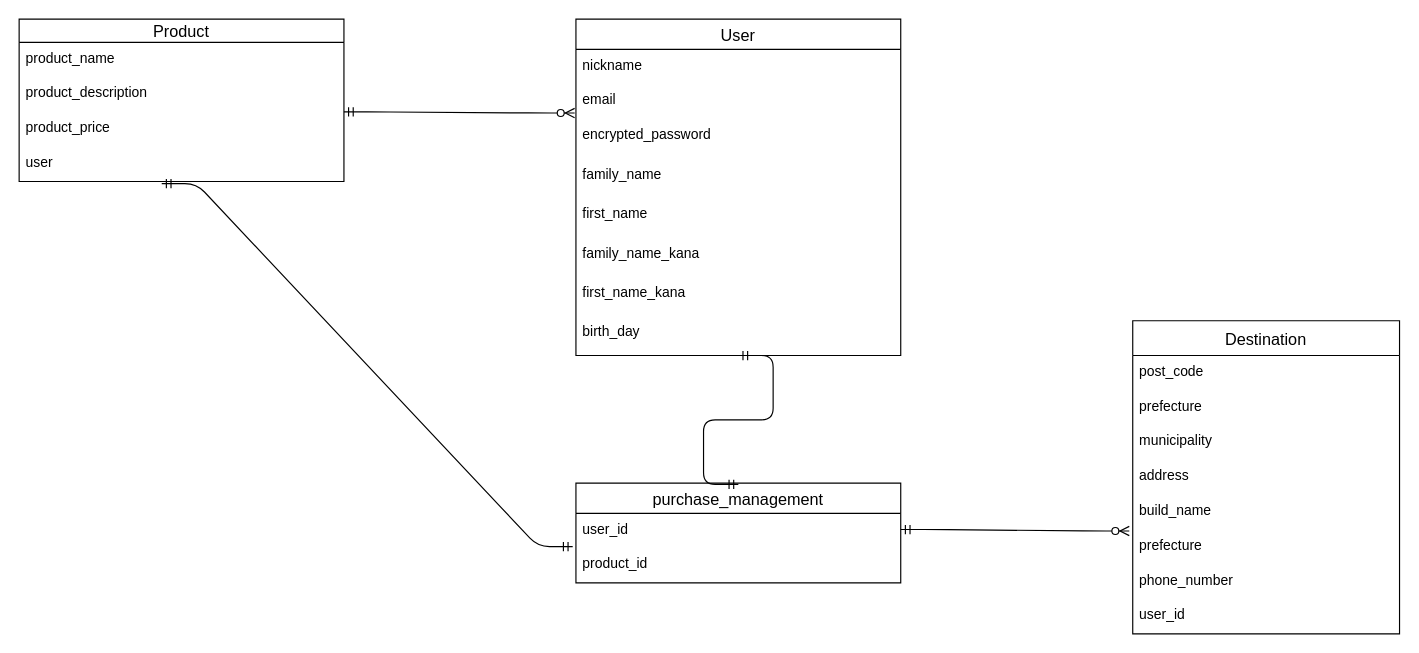
Before: ER.dio in sho20210126/furima-32851, a draw.io diagram. Source tidied: cells renumbered, new cells numbered last; positions are measured from the earlier drawing's top-left corner, leaving out a move shared by most shapes. Both pictures are drawn from the tidied source at 116%, with x=0, y=0 at pixel (19, 19).
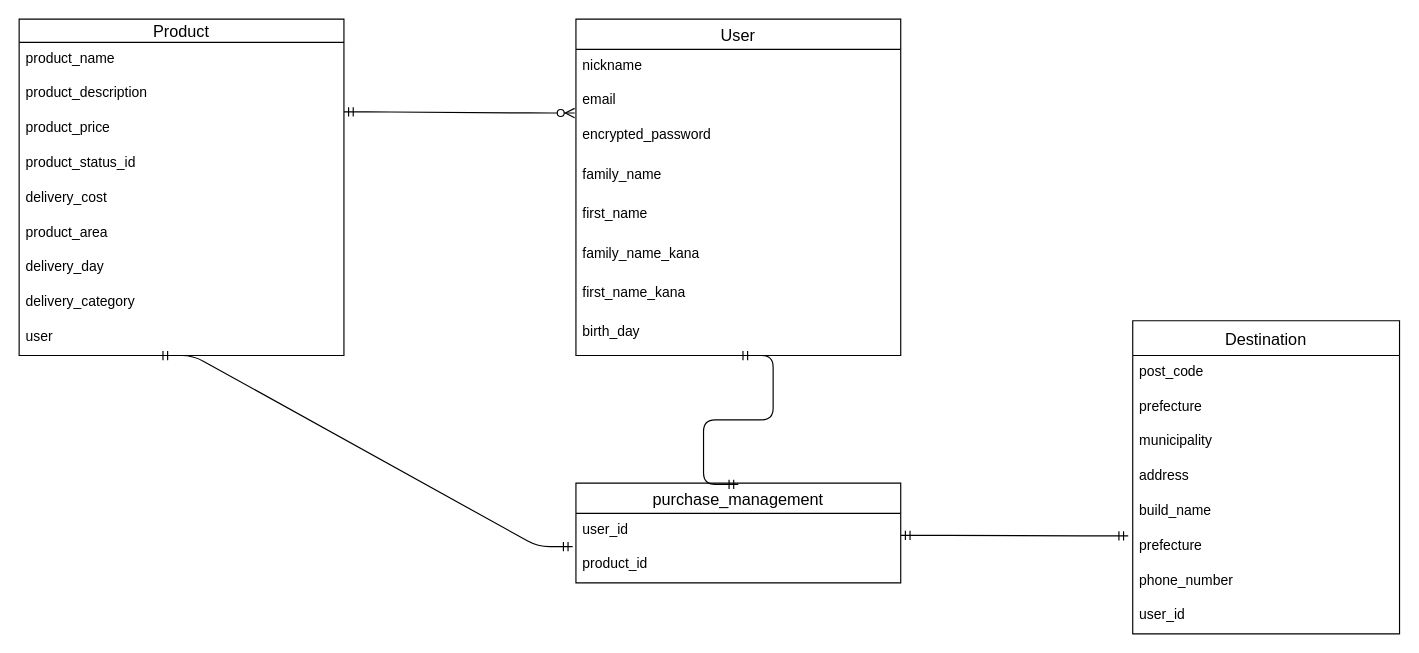
Above is the later version.

Unchanged cells that the change refers to:
```xml
<mxCell id="17" value="prefecture" style="text;strokeColor=none;fillColor=none;spacingLeft=4;spacingRight=4;overflow=hidden;points=[[0,0.5],[1,0.5]];portConstraint=eastwest;fontSize=12;" parent="11" vertex="1">
  <mxGeometry y="180" width="230" height="30" as="geometry" />
</mxCell>
<mxCell id="28" value="product_id" style="text;strokeColor=none;fillColor=none;spacingLeft=4;spacingRight=4;overflow=hidden;points=[[0,0.5],[1,0.5]];portConstraint=eastwest;fontSize=12;" parent="26" vertex="1">
  <mxGeometry y="56" width="280" height="30" as="geometry" />
</mxCell>
```

Diff of the diagram source:
```diff
@@
     <mxCell id="20" value="Product" style="swimlane;fontStyle=0;horizontal=1;startSize=20;align=center;fontSize=14;" parent="1" vertex="1">
-      <mxGeometry width="280" height="140" as="geometry" />
+      <mxGeometry width="280" height="290" as="geometry" />
     </mxCell>
@@
-    <mxCell id="24" value="user" style="text;strokeColor=none;fillColor=none;spacingLeft=4;spacingRight=4;overflow=hidden;points=[[0,0.5],[1,0.5]];portConstraint=eastwest;fontSize=12;" parent="20" vertex="1">
+    <mxCell id="24" value="product_status_id" style="text;strokeColor=none;fillColor=none;spacingLeft=4;spacingRight=4;overflow=hidden;points=[[0,0.5],[1,0.5]];portConstraint=eastwest;fontSize=12;" parent="20" vertex="1">
       <mxGeometry y="110" width="280" height="30" as="geometry" />
     </mxCell>
-    <mxCell id="25" style="edgeStyle=entityRelationEdgeStyle;fontSize=12;html=1;endArrow=ERzeroToMany;startArrow=ERmandOne;entryX=-0.013;entryY=0.042;entryDx=0;entryDy=0;entryPerimeter=0;" parent="1" edge="1" target="17">
-      <mxGeometry relative="1" as="geometry">
-        <mxPoint x="760" y="440" as="sourcePoint" />
-      </mxGeometry>
-    </mxCell>
+    <mxCell id="32" value="delivery_cost" style="text;strokeColor=none;fillColor=none;spacingLeft=4;spacingRight=4;overflow=hidden;fontSize=12;" parent="20" vertex="1">
+      <mxGeometry y="140" width="280" height="30" as="geometry" />
+    </mxCell>
+    <mxCell id="33" value="product_area" style="text;strokeColor=none;fillColor=none;spacingLeft=4;spacingRight=4;overflow=hidden;fontSize=12;" parent="20" vertex="1">
+      <mxGeometry y="170" width="280" height="30" as="geometry" />
+    </mxCell>
+    <mxCell id="34" value="delivery_day " style="text;strokeColor=none;fillColor=none;spacingLeft=4;spacingRight=4;overflow=hidden;fontSize=12;" parent="20" vertex="1">
+      <mxGeometry y="200" width="280" height="30" as="geometry" />
+    </mxCell>
+    <mxCell id="35" value="delivery_category" style="text;strokeColor=none;fillColor=none;spacingLeft=4;spacingRight=4;overflow=hidden;fontSize=12;" parent="20" vertex="1">
+      <mxGeometry y="230" width="280" height="30" as="geometry" />
+    </mxCell>
+    <mxCell id="36" value="user" style="text;strokeColor=none;fillColor=none;spacingLeft=4;spacingRight=4;overflow=hidden;fontSize=12;" parent="20" vertex="1">
+      <mxGeometry y="260" width="280" height="30" as="geometry" />
+    </mxCell>
@@
-    <mxCell id="30" style="edgeStyle=entityRelationEdgeStyle;fontSize=12;html=1;endArrow=ERmandOne;startArrow=ERmandOne;exitX=0.439;exitY=1.058;exitDx=0;exitDy=0;exitPerimeter=0;entryX=-0.01;entryY=-0.042;entryDx=0;entryDy=0;entryPerimeter=0;" parent="1" edge="1" source="24" target="28">
-      <mxGeometry relative="1" as="geometry" />
+    <mxCell id="30" style="edgeStyle=entityRelationEdgeStyle;fontSize=12;html=1;endArrow=ERmandOne;startArrow=ERmandOne;entryX=-0.01;entryY=-0.042;entryDx=0;entryDy=0;entryPerimeter=0;" parent="1" edge="1" target="28">
+      <mxGeometry relative="1" as="geometry">
+        <mxPoint x="120" y="290" as="sourcePoint" />
+      </mxGeometry>
     </mxCell>
@@
+    <mxCell id="37" style="edgeStyle=entityRelationEdgeStyle;fontSize=12;html=1;endArrow=ERmandOne;startArrow=ERmandOne;entryX=-0.017;entryY=0.182;entryDx=0;entryDy=0;entryPerimeter=0;" parent="1" edge="1" target="17">
+      <mxGeometry relative="1" as="geometry">
+        <mxPoint x="760" y="445" as="sourcePoint" />
+      </mxGeometry>
+    </mxCell>
```
